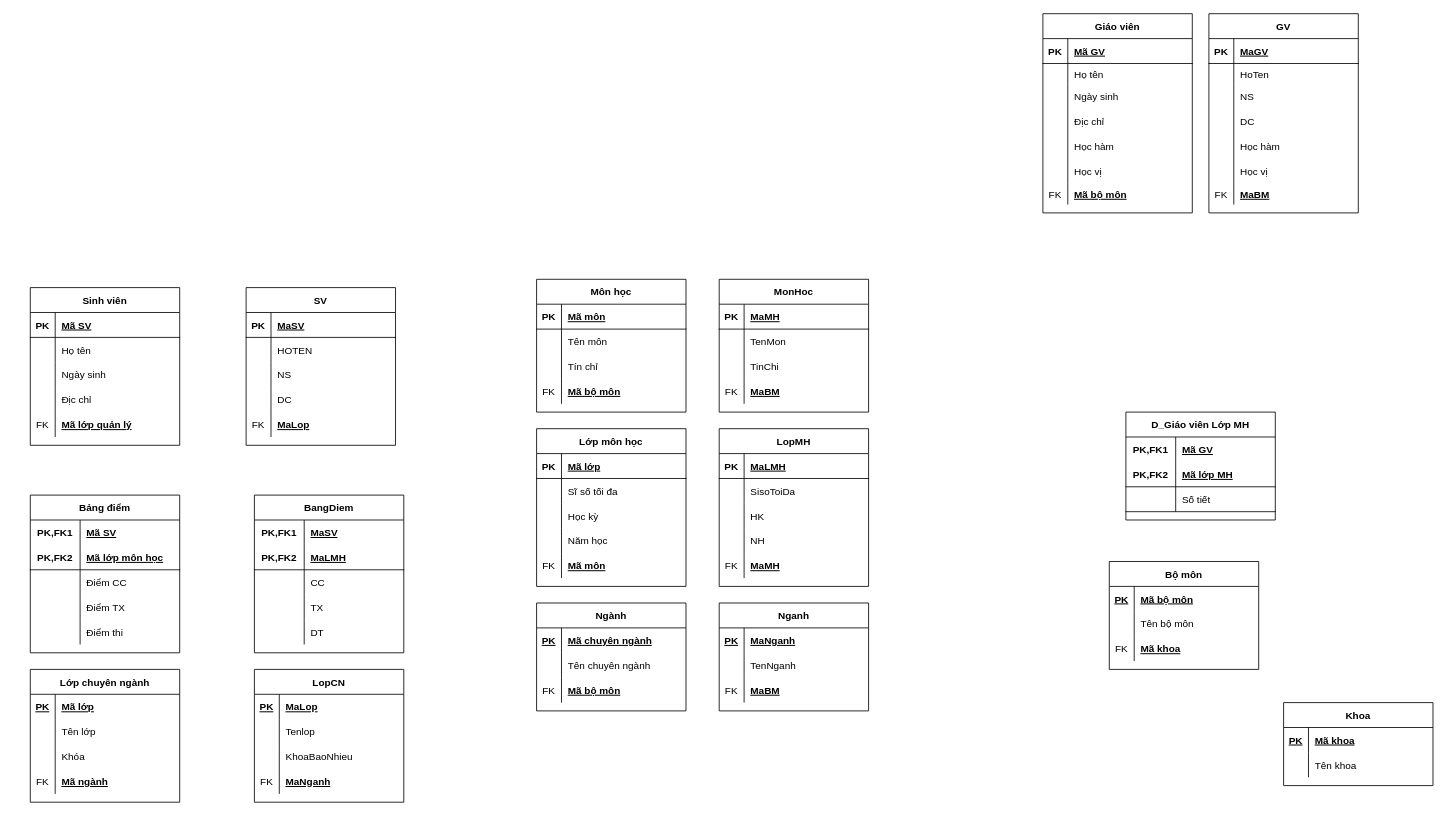
The draw.io diagram page "Page-3" (3 of 6) of ER-RE.drawio in VuDucNamvdn/NamSDL, before the edit. Source tidied: cells renumbered, new cells numbered last; positions are measured from the earlier drawing's top-left corner, leaving out a move shared by most shapes. Both pictures are drawn from the tidied source at 83%, with x=0, y=0 at pixel (30, 13).
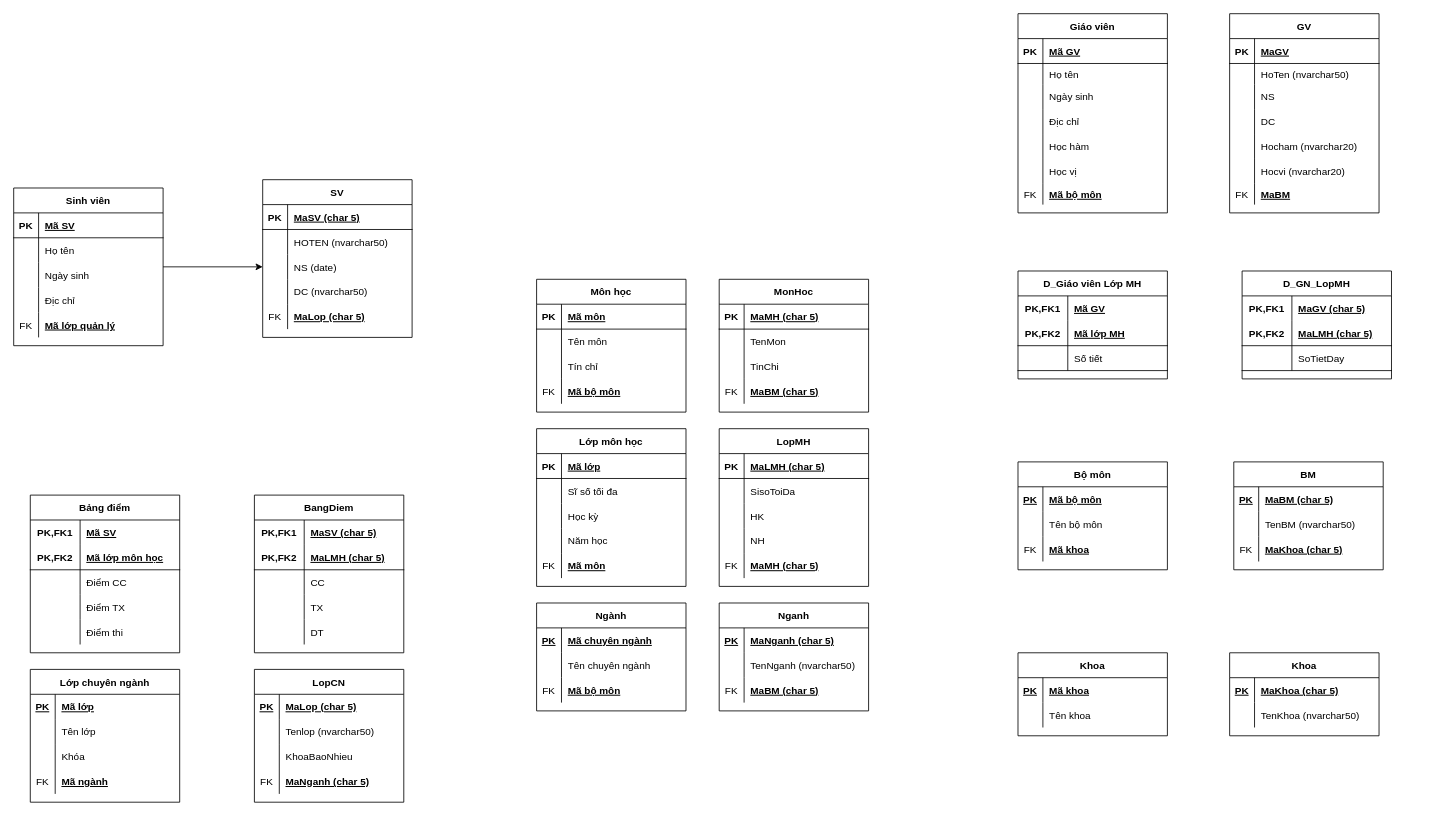
After the change.

The change refers to these unchanged cells:
```xml
<mxCell id="136" style="shape=partialRectangle;fillColor=none;top=0;left=0;bottom=1;right=0;" parent="135" vertex="1">
  <mxGeometry y="30" width="180" height="30" as="geometry" />
</mxCell>
<mxCell id="139" style="shape=partialRectangle;fillColor=none;top=0;left=0;bottom=0;right=0;" parent="135" vertex="1">
  <mxGeometry y="60" width="180" height="30" as="geometry" />
</mxCell>
<mxCell id="142" style="shape=partialRectangle;fillColor=none;top=0;left=0;bottom=0;right=0;points=[[0,0.5],[1,0.5]];portConstraint=eastwest;" parent="135" vertex="1">
  <mxGeometry y="90" width="180" height="30" as="geometry" />
</mxCell>
<mxCell id="145" style="shape=partialRectangle;fillColor=none;top=0;left=0;bottom=0;right=0;" parent="135" vertex="1">
  <mxGeometry y="120" width="180" height="30" as="geometry" />
</mxCell>
<mxCell id="148" style="shape=partialRectangle;fillColor=none;top=0;left=0;bottom=0;right=0;" parent="135" vertex="1">
  <mxGeometry y="150" width="180" height="30" as="geometry" />
</mxCell>
<mxCell id="152" style="shape=partialRectangle;fillColor=none;top=0;left=0;bottom=0;right=0;" parent="151" vertex="1">
  <mxGeometry y="30" width="180" height="30" as="geometry" />
</mxCell>
<mxCell id="155" style="shape=partialRectangle;fillColor=none;top=0;left=0;bottom=1;right=0;" parent="151" vertex="1">
  <mxGeometry y="60" width="180" height="30" as="geometry" />
</mxCell>
<mxCell id="168" style="shape=partialRectangle;fillColor=none;top=0;left=0;bottom=0;right=0;" parent="167" vertex="1">
  <mxGeometry y="30" width="180" height="30" as="geometry" />
</mxCell>
<mxCell id="171" style="shape=partialRectangle;fillColor=none;top=0;left=0;bottom=0;right=0;" parent="167" vertex="1">
  <mxGeometry y="60" width="180" height="30" as="geometry" />
</mxCell>
<mxCell id="177" style="shape=partialRectangle;fillColor=none;top=0;left=0;bottom=0;right=0;" parent="167" vertex="1">
  <mxGeometry y="120" width="180" height="30" as="geometry" />
</mxCell>
<mxCell id="181" style="shape=partialRectangle;fillColor=none;top=0;left=0;bottom=1;right=0;" parent="180" vertex="1">
  <mxGeometry y="30" width="180" height="30" as="geometry" />
</mxCell>
<mxCell id="190" style="shape=partialRectangle;fillColor=none;top=0;left=0;bottom=0;right=0;" parent="180" vertex="1">
  <mxGeometry y="120" width="180" height="30" as="geometry" />
</mxCell>
<mxCell id="194" style="shape=partialRectangle;fillColor=none;top=0;left=0;bottom=1;right=0;" parent="193" vertex="1">
  <mxGeometry y="30" width="180" height="30" as="geometry" />
</mxCell>
<mxCell id="206" style="shape=partialRectangle;fillColor=none;top=0;left=0;bottom=0;right=0;" parent="193" vertex="1">
  <mxGeometry y="150" width="180" height="30" as="geometry" />
</mxCell>
<mxCell id="210" style="shape=partialRectangle;fillColor=none;top=0;left=0;bottom=0;right=0;" parent="209" vertex="1">
  <mxGeometry y="30" width="180" height="30" as="geometry" />
</mxCell>
<mxCell id="213" style="shape=partialRectangle;fillColor=none;top=0;left=0;bottom=0;right=0;" parent="209" vertex="1">
  <mxGeometry y="60" width="180" height="30" as="geometry" />
</mxCell>
<mxCell id="216" style="shape=partialRectangle;fillColor=none;top=0;left=0;bottom=0;right=0;" parent="209" vertex="1">
  <mxGeometry y="90" width="180" height="30" as="geometry" />
</mxCell>
<mxCell id="223" style="shape=partialRectangle;fillColor=none;top=0;left=0;bottom=0;right=0;" parent="219" vertex="1">
  <mxGeometry y="60" width="180" height="25" as="geometry" />
</mxCell>
<mxCell id="232" style="shape=partialRectangle;fillColor=none;top=0;left=0;bottom=0;right=0;" parent="219" vertex="1">
  <mxGeometry y="145" width="180" height="30" as="geometry" />
</mxCell>
<mxCell id="235" style="shape=partialRectangle;fillColor=none;top=0;left=0;bottom=0;right=0;" parent="219" vertex="1">
  <mxGeometry y="175" width="180" height="30" as="geometry" />
</mxCell>
```

What changed in the source:
```diff
@@
+    <mxCell id="241" style="edgeStyle=orthogonalEdgeStyle;rounded=0;jettySize=auto;html=1;exitX=1;exitY=0.5;exitDx=0;exitDy=0;entryX=0;entryY=0.5;entryDx=0;entryDy=0;" parent="1" edge="1" source="2" target="142">
+      <mxGeometry relative="1" as="geometry" />
+    </mxCell>
     <mxCell id="2" value="Sinh viên" style="shape=table;startSize=30;childLayout=tableLayout;rowLines=0;fontStyle=1;align=center;" parent="1" vertex="1">
-      <mxGeometry y="330" width="180" height="190" as="geometry" />
+      <mxGeometry x="-20" y="210" width="180" height="190" as="geometry" />
     </mxCell>
@@
     <mxCell id="50" value="Giáo viên" style="shape=table;startSize=30;childLayout=tableLayout;rowLines=0;fontStyle=1;align=center;" parent="1" vertex="1">
-      <mxGeometry x="1220" width="180" height="240" as="geometry" />
+      <mxGeometry x="1190" width="180" height="240" as="geometry" />
     </mxCell>
@@
     <mxCell id="85" value="D_Giáo viên Lớp MH" style="shape=table;startSize=30;childLayout=tableLayout;rowLines=0;fontStyle=1;align=center;" parent="1" vertex="1">
-      <mxGeometry x="1320" y="480" width="180" height="130" as="geometry" />
+      <mxGeometry x="1190" y="310" width="180" height="130" as="geometry" />
     </mxCell>
@@
     <mxCell id="95" value="Bộ môn" style="shape=table;startSize=30;childLayout=tableLayout;rowLines=0;fontStyle=1;align=center;" parent="1" vertex="1">
-      <mxGeometry x="1300" y="660" width="180" height="130" as="geometry" />
+      <mxGeometry x="1190" y="540" width="180" height="130" as="geometry" />
     </mxCell>
@@
     <mxCell id="105" value="Khoa" style="shape=table;startSize=30;childLayout=tableLayout;rowLines=0;fontStyle=1;align=center;" parent="1" vertex="1">
-      <mxGeometry x="1510" y="830" width="180" height="100" as="geometry" />
+      <mxGeometry x="1190" y="770" width="180" height="100" as="geometry" />
     </mxCell>
@@
     <mxCell id="135" value="SV" style="shape=table;startSize=30;childLayout=tableLayout;rowLines=0;fontStyle=1;align=center;" parent="1" vertex="1">
-      <mxGeometry x="260" y="330" width="180" height="190" as="geometry" />
+      <mxGeometry x="280" y="200" width="180" height="190" as="geometry" />
     </mxCell>
@@
-    <mxCell id="138" value="MaSV" style="shape=partialRectangle;fillColor=none;top=0;left=0;bottom=0;right=0;align=left;spacingLeft=6;fontStyle=5;overflow=hidden;" parent="136" vertex="1">
+    <mxCell id="138" value="MaSV (char 5)" style="shape=partialRectangle;fillColor=none;top=0;left=0;bottom=0;right=0;align=left;spacingLeft=6;fontStyle=5;overflow=hidden;" parent="136" vertex="1">
       <mxGeometry x="30" width="150" height="30" as="geometry" />
     </mxCell>
@@
-    <mxCell id="141" value="HOTEN" style="shape=partialRectangle;fillColor=none;top=0;left=0;bottom=0;right=0;align=left;spacingLeft=6;overflow=hidden;" parent="139" vertex="1">
+    <mxCell id="141" value="HOTEN (nvarchar50)" style="shape=partialRectangle;fillColor=none;top=0;left=0;bottom=0;right=0;align=left;spacingLeft=6;overflow=hidden;" parent="139" vertex="1">
       <mxGeometry x="30" width="150" height="30" as="geometry" />
     </mxCell>
@@
-    <mxCell id="144" value="NS" style="shape=partialRectangle;fillColor=none;top=0;left=0;bottom=0;right=0;align=left;spacingLeft=6;overflow=hidden;" parent="142" vertex="1">
+    <mxCell id="144" value="NS (date)" style="shape=partialRectangle;fillColor=none;top=0;left=0;bottom=0;right=0;align=left;spacingLeft=6;overflow=hidden;" parent="142" vertex="1">
       <mxGeometry x="30" width="150" height="30" as="geometry" />
     </mxCell>
@@
-    <mxCell id="147" value="DC" style="shape=partialRectangle;fillColor=none;top=0;left=0;bottom=0;right=0;align=left;spacingLeft=6;overflow=hidden;" parent="145" vertex="1">
+    <mxCell id="147" value="DC (nvarchar50)" style="shape=partialRectangle;fillColor=none;top=0;left=0;bottom=0;right=0;align=left;spacingLeft=6;overflow=hidden;" parent="145" vertex="1">
       <mxGeometry x="30" width="150" height="30" as="geometry" />
     </mxCell>
@@
-    <mxCell id="150" value="MaLop" style="shape=partialRectangle;fillColor=none;top=0;left=0;bottom=0;right=0;align=left;spacingLeft=6;overflow=hidden;fontStyle=5;" parent="148" vertex="1">
+    <mxCell id="150" value="MaLop (char 5)" style="shape=partialRectangle;fillColor=none;top=0;left=0;bottom=0;right=0;align=left;spacingLeft=6;overflow=hidden;fontStyle=5;" parent="148" vertex="1">
       <mxGeometry x="30" width="150" height="30" as="geometry" />
     </mxCell>
@@
-    <mxCell id="154" value="MaSV" style="shape=partialRectangle;fillColor=none;top=0;left=0;bottom=0;right=0;align=left;spacingLeft=6;fontStyle=5;overflow=hidden;" parent="152" vertex="1">
+    <mxCell id="154" value="MaSV (char 5)" style="shape=partialRectangle;fillColor=none;top=0;left=0;bottom=0;right=0;align=left;spacingLeft=6;fontStyle=5;overflow=hidden;" parent="152" vertex="1">
       <mxGeometry x="60" width="120" height="30" as="geometry" />
     </mxCell>
@@
-    <mxCell id="157" value="MaLMH" style="shape=partialRectangle;fillColor=none;top=0;left=0;bottom=0;right=0;align=left;spacingLeft=6;fontStyle=5;overflow=hidden;" parent="155" vertex="1">
+    <mxCell id="157" value="MaLMH (char 5)" style="shape=partialRectangle;fillColor=none;top=0;left=0;bottom=0;right=0;align=left;spacingLeft=6;fontStyle=5;overflow=hidden;" parent="155" vertex="1">
       <mxGeometry x="60" width="120" height="30" as="geometry" />
     </mxCell>
@@
-    <mxCell id="170" value="MaLop" style="shape=partialRectangle;fillColor=none;top=0;left=0;bottom=0;right=0;align=left;spacingLeft=6;overflow=hidden;fontStyle=5;" parent="168" vertex="1">
+    <mxCell id="170" value="MaLop (char 5)" style="shape=partialRectangle;fillColor=none;top=0;left=0;bottom=0;right=0;align=left;spacingLeft=6;overflow=hidden;fontStyle=5;" parent="168" vertex="1">
       <mxGeometry x="30" width="150" height="30" as="geometry" />
     </mxCell>
@@
-    <mxCell id="173" value="Tenlop" style="shape=partialRectangle;fillColor=none;top=0;left=0;bottom=0;right=0;align=left;spacingLeft=6;overflow=hidden;" parent="171" vertex="1">
+    <mxCell id="173" value="Tenlop (nvarchar50)" style="shape=partialRectangle;fillColor=none;top=0;left=0;bottom=0;right=0;align=left;spacingLeft=6;overflow=hidden;" parent="171" vertex="1">
       <mxGeometry x="30" width="150" height="30" as="geometry" />
     </mxCell>
@@
-    <mxCell id="179" value="MaNganh" style="shape=partialRectangle;fillColor=none;top=0;left=0;bottom=0;right=0;align=left;spacingLeft=6;overflow=hidden;fontStyle=5;" parent="177" vertex="1">
+    <mxCell id="179" value="MaNganh (char 5)" style="shape=partialRectangle;fillColor=none;top=0;left=0;bottom=0;right=0;align=left;spacingLeft=6;overflow=hidden;fontStyle=5;" parent="177" vertex="1">
       <mxGeometry x="30" width="150" height="30" as="geometry" />
     </mxCell>
@@
-    <mxCell id="183" value="MaMH" style="shape=partialRectangle;fillColor=none;top=0;left=0;bottom=0;right=0;align=left;spacingLeft=6;fontStyle=5;overflow=hidden;" parent="181" vertex="1">
+    <mxCell id="183" value="MaMH (char 5)" style="shape=partialRectangle;fillColor=none;top=0;left=0;bottom=0;right=0;align=left;spacingLeft=6;fontStyle=5;overflow=hidden;" parent="181" vertex="1">
       <mxGeometry x="30" width="150" height="30" as="geometry" />
     </mxCell>
@@
-    <mxCell id="192" value="MaBM" style="shape=partialRectangle;fillColor=none;top=0;left=0;bottom=0;right=0;align=left;spacingLeft=6;overflow=hidden;fontStyle=5;" parent="190" vertex="1">
+    <mxCell id="192" value="MaBM (char 5)" style="shape=partialRectangle;fillColor=none;top=0;left=0;bottom=0;right=0;align=left;spacingLeft=6;overflow=hidden;fontStyle=5;" parent="190" vertex="1">
       <mxGeometry x="30" width="150" height="30" as="geometry" />
     </mxCell>
@@
-    <mxCell id="196" value="MaLMH" style="shape=partialRectangle;fillColor=none;top=0;left=0;bottom=0;right=0;align=left;spacingLeft=6;fontStyle=5;overflow=hidden;" parent="194" vertex="1">
+    <mxCell id="196" value="MaLMH (char 5)" style="shape=partialRectangle;fillColor=none;top=0;left=0;bottom=0;right=0;align=left;spacingLeft=6;fontStyle=5;overflow=hidden;" parent="194" vertex="1">
       <mxGeometry x="30" width="150" height="30" as="geometry" />
     </mxCell>
@@
-    <mxCell id="208" value="MaMH" style="shape=partialRectangle;fillColor=none;top=0;left=0;bottom=0;right=0;align=left;spacingLeft=6;overflow=hidden;fontStyle=5;" parent="206" vertex="1">
+    <mxCell id="208" value="MaMH (char 5)" style="shape=partialRectangle;fillColor=none;top=0;left=0;bottom=0;right=0;align=left;spacingLeft=6;overflow=hidden;fontStyle=5;" parent="206" vertex="1">
       <mxGeometry x="30" width="150" height="30" as="geometry" />
     </mxCell>
@@
-    <mxCell id="212" value="MaNganh" style="shape=partialRectangle;fillColor=none;top=0;left=0;bottom=0;right=0;align=left;spacingLeft=6;overflow=hidden;fontStyle=5;" parent="210" vertex="1">
+    <mxCell id="212" value="MaNganh (char 5)" style="shape=partialRectangle;fillColor=none;top=0;left=0;bottom=0;right=0;align=left;spacingLeft=6;overflow=hidden;fontStyle=5;" parent="210" vertex="1">
       <mxGeometry x="30" width="150" height="30" as="geometry" />
     </mxCell>
@@
-    <mxCell id="215" value="TenNganh" style="shape=partialRectangle;fillColor=none;top=0;left=0;bottom=0;right=0;align=left;spacingLeft=6;overflow=hidden;" parent="213" vertex="1">
+    <mxCell id="215" value="TenNganh (nvarchar50)" style="shape=partialRectangle;fillColor=none;top=0;left=0;bottom=0;right=0;align=left;spacingLeft=6;overflow=hidden;" parent="213" vertex="1">
       <mxGeometry x="30" width="150" height="30" as="geometry" />
     </mxCell>
@@
-    <mxCell id="218" value="MaBM" style="shape=partialRectangle;fillColor=none;top=0;left=0;bottom=0;right=0;align=left;spacingLeft=6;overflow=hidden;fontStyle=5;" parent="216" vertex="1">
+    <mxCell id="218" value="MaBM (char 5)" style="shape=partialRectangle;fillColor=none;top=0;left=0;bottom=0;right=0;align=left;spacingLeft=6;overflow=hidden;fontStyle=5;" parent="216" vertex="1">
       <mxGeometry x="30" width="150" height="30" as="geometry" />
     </mxCell>
     <mxCell id="219" value="GV" style="shape=table;startSize=30;childLayout=tableLayout;rowLines=0;fontStyle=1;align=center;" parent="1" vertex="1">
-      <mxGeometry x="1420" width="180" height="240" as="geometry" />
+      <mxGeometry x="1445" width="180" height="240" as="geometry" />
     </mxCell>
@@
-    <mxCell id="225" value="HoTen" style="shape=partialRectangle;fillColor=none;top=0;left=0;bottom=0;right=0;align=left;spacingLeft=6;overflow=hidden;" parent="223" vertex="1">
+    <mxCell id="225" value="HoTen (nvarchar50)" style="shape=partialRectangle;fillColor=none;top=0;left=0;bottom=0;right=0;align=left;spacingLeft=6;overflow=hidden;" parent="223" vertex="1">
       <mxGeometry x="30" width="150" height="25" as="geometry" />
     </mxCell>
@@
-    <mxCell id="234" value="Học hàm" style="shape=partialRectangle;fillColor=none;top=0;left=0;bottom=0;right=0;align=left;spacingLeft=6;overflow=hidden;" parent="232" vertex="1">
+    <mxCell id="234" value="Hocham (nvarchar20)" style="shape=partialRectangle;fillColor=none;top=0;left=0;bottom=0;right=0;align=left;spacingLeft=6;overflow=hidden;" parent="232" vertex="1">
       <mxGeometry x="30" width="150" height="30" as="geometry" />
     </mxCell>
@@
-    <mxCell id="237" value="Học vị" style="shape=partialRectangle;fillColor=none;top=0;left=0;bottom=0;right=0;align=left;spacingLeft=6;overflow=hidden;" parent="235" vertex="1">
+    <mxCell id="237" value="Hocvi (nvarchar20)" style="shape=partialRectangle;fillColor=none;top=0;left=0;bottom=0;right=0;align=left;spacingLeft=6;overflow=hidden;" parent="235" vertex="1">
       <mxGeometry x="30" width="150" height="30" as="geometry" />
     </mxCell>
@@
+    <mxCell id="242" value="D_GN_LopMH" style="shape=table;startSize=30;childLayout=tableLayout;rowLines=0;fontStyle=1;align=center;" parent="1" vertex="1">
+      <mxGeometry x="1460" y="310" width="180" height="130" as="geometry" />
+    </mxCell>
+    <mxCell id="243" style="shape=partialRectangle;fillColor=none;top=0;left=0;bottom=0;right=0;" parent="242" vertex="1">
+      <mxGeometry y="30" width="180" height="30" as="geometry" />
+    </mxCell>
+    <mxCell id="244" value="PK,FK1" style="shape=partialRectangle;fillColor=none;top=0;left=0;bottom=0;right=0;fontStyle=1;overflow=hidden;" parent="243" vertex="1">
+      <mxGeometry width="60" height="30" as="geometry" />
+    </mxCell>
+    <mxCell id="245" value="MaGV (char 5)" style="shape=partialRectangle;fillColor=none;top=0;left=0;bottom=0;right=0;align=left;spacingLeft=6;fontStyle=5;overflow=hidden;" parent="243" vertex="1">
+      <mxGeometry x="60" width="120" height="30" as="geometry" />
+    </mxCell>
+    <mxCell id="246" style="shape=partialRectangle;fillColor=none;top=0;left=0;bottom=1;right=0;" parent="242" vertex="1">
+      <mxGeometry y="60" width="180" height="30" as="geometry" />
+    </mxCell>
+    <mxCell id="247" value="PK,FK2" style="shape=partialRectangle;fillColor=none;top=0;left=0;bottom=0;right=0;fontStyle=1;overflow=hidden;" parent="246" vertex="1">
+      <mxGeometry width="60" height="30" as="geometry" />
+    </mxCell>
+    <mxCell id="248" value="MaLMH (char 5)" style="shape=partialRectangle;fillColor=none;top=0;left=0;bottom=0;right=0;align=left;spacingLeft=6;fontStyle=5;overflow=hidden;" parent="246" vertex="1">
+      <mxGeometry x="60" width="120" height="30" as="geometry" />
+    </mxCell>
+    <mxCell id="249" style="shape=partialRectangle;fillColor=none;top=0;left=0;bottom=1;right=0;" parent="242" vertex="1">
+      <mxGeometry y="90" width="180" height="30" as="geometry" />
+    </mxCell>
+    <mxCell id="250" style="shape=partialRectangle;fillColor=none;top=0;left=0;bottom=0;right=0;fontStyle=1;overflow=hidden;" parent="249" vertex="1">
+      <mxGeometry width="60" height="30" as="geometry" />
+    </mxCell>
+    <mxCell id="251" value="SoTietDay" style="shape=partialRectangle;fillColor=none;top=0;left=0;bottom=0;right=0;align=left;spacingLeft=6;fontStyle=0;overflow=hidden;" parent="249" vertex="1">
+      <mxGeometry x="60" width="120" height="30" as="geometry" />
+    </mxCell>
+    <mxCell id="252" value="BM" style="shape=table;startSize=30;childLayout=tableLayout;rowLines=0;fontStyle=1;align=center;" parent="1" vertex="1">
+      <mxGeometry x="1450" y="540" width="180" height="130" as="geometry" />
+    </mxCell>
+    <mxCell id="253" style="shape=partialRectangle;fillColor=none;top=0;left=0;bottom=0;right=0;" parent="252" vertex="1">
+      <mxGeometry y="30" width="180" height="30" as="geometry" />
+    </mxCell>
+    <mxCell id="254" value="PK" style="shape=partialRectangle;fillColor=none;top=0;left=0;bottom=0;right=0;overflow=hidden;fontStyle=5;" parent="253" vertex="1">
+      <mxGeometry width="30" height="30" as="geometry" />
+    </mxCell>
+    <mxCell id="255" value="MaBM (char 5)" style="shape=partialRectangle;fillColor=none;top=0;left=0;bottom=0;right=0;align=left;spacingLeft=6;overflow=hidden;fontStyle=5;" parent="253" vertex="1">
+      <mxGeometry x="30" width="150" height="30" as="geometry" />
+    </mxCell>
+    <mxCell id="256" style="shape=partialRectangle;fillColor=none;top=0;left=0;bottom=0;right=0;" parent="252" vertex="1">
+      <mxGeometry y="60" width="180" height="30" as="geometry" />
+    </mxCell>
+    <mxCell id="257" style="shape=partialRectangle;fillColor=none;top=0;left=0;bottom=0;right=0;overflow=hidden;" parent="256" vertex="1">
+      <mxGeometry width="30" height="30" as="geometry" />
+    </mxCell>
+    <mxCell id="258" value="TenBM (nvarchar50)" style="shape=partialRectangle;fillColor=none;top=0;left=0;bottom=0;right=0;align=left;spacingLeft=6;overflow=hidden;" parent="256" vertex="1">
+      <mxGeometry x="30" width="150" height="30" as="geometry" />
+    </mxCell>
+    <mxCell id="259" style="shape=partialRectangle;fillColor=none;top=0;left=0;bottom=0;right=0;" parent="252" vertex="1">
+      <mxGeometry y="90" width="180" height="30" as="geometry" />
+    </mxCell>
+    <mxCell id="260" value="FK" style="shape=partialRectangle;fillColor=none;top=0;left=0;bottom=0;right=0;overflow=hidden;" parent="259" vertex="1">
+      <mxGeometry width="30" height="30" as="geometry" />
+    </mxCell>
+    <mxCell id="261" value="MaKhoa (char 5)" style="shape=partialRectangle;fillColor=none;top=0;left=0;bottom=0;right=0;align=left;spacingLeft=6;overflow=hidden;fontStyle=5;" parent="259" vertex="1">
+      <mxGeometry x="30" width="150" height="30" as="geometry" />
+    </mxCell>
+    <mxCell id="262" value="Khoa" style="shape=table;startSize=30;childLayout=tableLayout;rowLines=0;fontStyle=1;align=center;" parent="1" vertex="1">
+      <mxGeometry x="1445" y="770" width="180" height="100" as="geometry" />
+    </mxCell>
+    <mxCell id="263" style="shape=partialRectangle;fillColor=none;top=0;left=0;bottom=0;right=0;" parent="262" vertex="1">
+      <mxGeometry y="30" width="180" height="30" as="geometry" />
+    </mxCell>
+    <mxCell id="264" value="PK" style="shape=partialRectangle;fillColor=none;top=0;left=0;bottom=0;right=0;overflow=hidden;fontStyle=5;" parent="263" vertex="1">
+      <mxGeometry width="30" height="30" as="geometry" />
+    </mxCell>
+    <mxCell id="265" value="MaKhoa (char 5)" style="shape=partialRectangle;fillColor=none;top=0;left=0;bottom=0;right=0;align=left;spacingLeft=6;overflow=hidden;fontStyle=5;" parent="263" vertex="1">
+      <mxGeometry x="30" width="150" height="30" as="geometry" />
+    </mxCell>
+    <mxCell id="266" style="shape=partialRectangle;fillColor=none;top=0;left=0;bottom=0;right=0;" parent="262" vertex="1">
+      <mxGeometry y="60" width="180" height="30" as="geometry" />
+    </mxCell>
+    <mxCell id="267" style="shape=partialRectangle;fillColor=none;top=0;left=0;bottom=0;right=0;overflow=hidden;" parent="266" vertex="1">
+      <mxGeometry width="30" height="30" as="geometry" />
+    </mxCell>
+    <mxCell id="268" value="TenKhoa (nvarchar50)" style="shape=partialRectangle;fillColor=none;top=0;left=0;bottom=0;right=0;align=left;spacingLeft=6;overflow=hidden;" parent="266" vertex="1">
+      <mxGeometry x="30" width="150" height="30" as="geometry" />
+    </mxCell>
```
